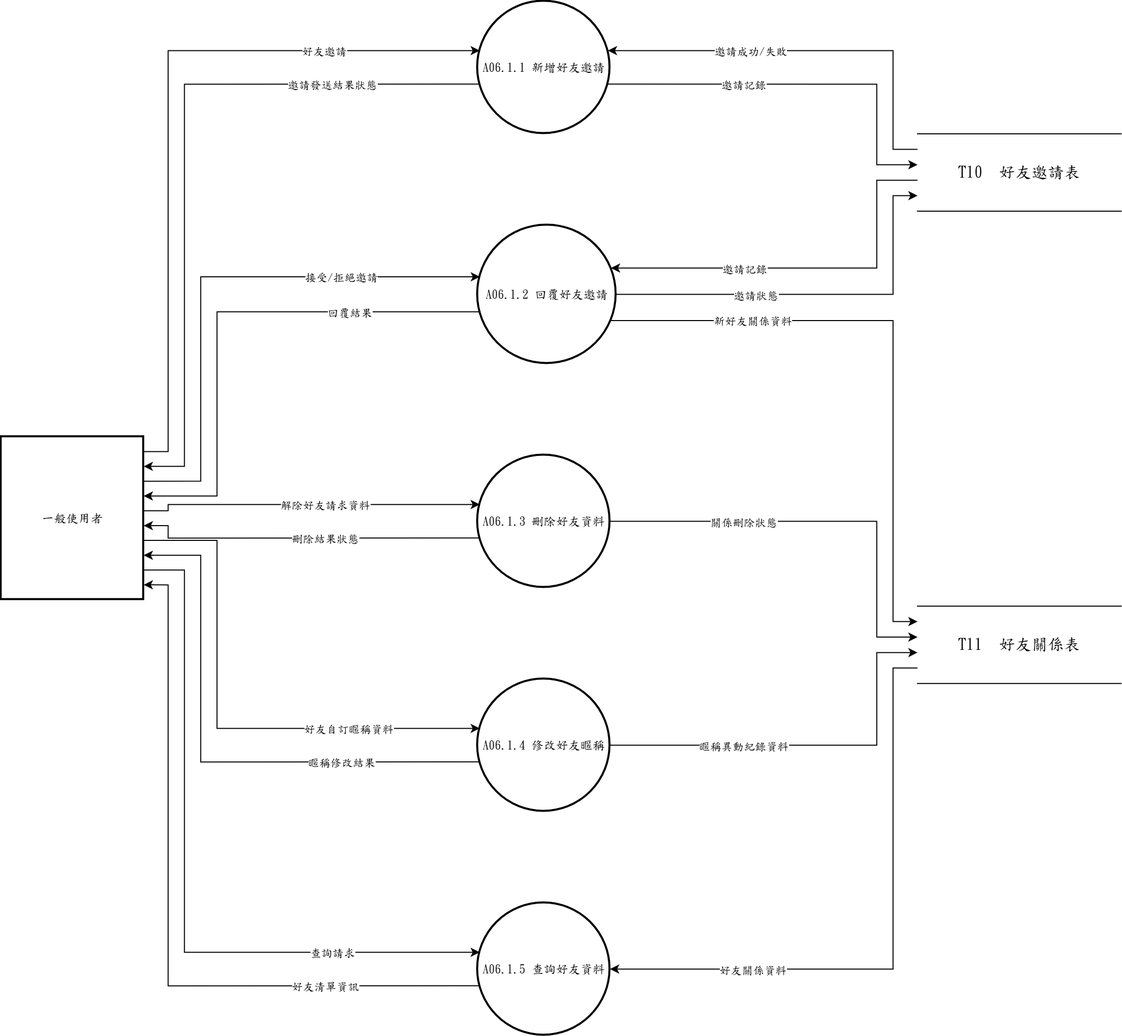
Above: 系統文件/第6章/DFD圖/圖6/新/圖6-1.drawio.png in s22452007/115502 (draw.io), before the change. Source tidied: cells renumbered, new cells last; positions are measured from the earlier drawing's top-left corner, leaving out a move shared by most shapes.
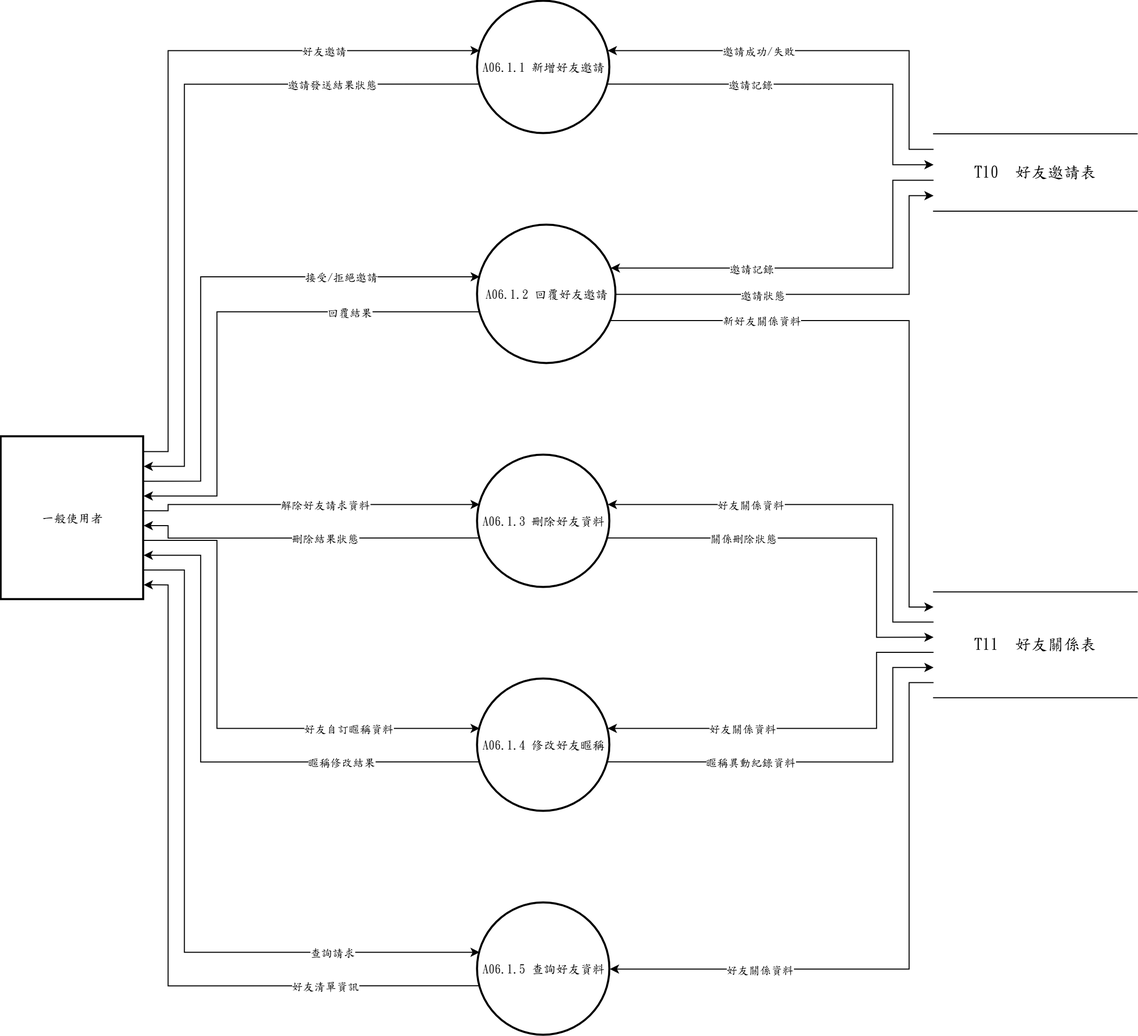
Above is the later version.

Diff of the diagram source:
```diff
@@ -21,10 +21,10 @@
       <mxGeometry y="428" width="140" height="160" as="geometry" />
     </mxCell>
     <mxCell id="8" value="T10  好友邀請表" style="shape=partialRectangle;whiteSpace=wrap;html=1;left=0;right=0;fontFamily=標楷體;fontSize=16;" parent="1" vertex="1">
-      <mxGeometry x="900" y="130.3" width="200" height="76" as="geometry" />
+      <mxGeometry x="916" y="130.3" width="200" height="76" as="geometry" />
     </mxCell>
     <mxCell id="9" value="T11  好友關係表" style="shape=partialRectangle;whiteSpace=wrap;html=1;left=0;right=0;fontFamily=標楷體;fontSize=16;" parent="1" vertex="1">
-      <mxGeometry x="900" y="594.4" width="200" height="76" as="geometry" />
+      <mxGeometry x="916" y="580.4" width="200" height="104" as="geometry" />
     </mxCell>
     <mxCell id="10" style="edgeStyle=none;rounded=0;html=1;fontFamily=標楷體;endArrow=classic;exitX=1.0000;exitY=0.0909;exitDx=0;exitDy=0;exitPerimeter=0;entryX=0.0163;entryY=0.3733;entryDx=0;entryDy=0;entryPerimeter=0;" parent="1" edge="1" source="7" target="2">
       <mxGeometry relative="1" as="geometry">
@@ -40,13 +40,13 @@
     <mxCell id="12" style="edgeStyle=none;rounded=0;html=1;fontFamily=標楷體;endArrow=classic;exitX=0.0000;exitY=0.2000;exitDx=0;exitDy=0;exitPerimeter=0;entryX=0.9837;entryY=0.3733;entryDx=0;entryDy=0;entryPerimeter=0;" parent="1" edge="1" source="8" target="2">
       <mxGeometry relative="1" as="geometry">
         <Array as="points">
-          <mxPoint x="876" y="145.5" />
-          <mxPoint x="876" y="48.5" />
+          <mxPoint x="892" y="145.5" />
+          <mxPoint x="892" y="48.5" />
         </Array>
       </mxGeometry>
     </mxCell>
     <mxCell id="13" value="邀請成功/失敗" style="edgeLabel;html=1;align=center;verticalAlign=middle;fontFamily=標楷體;" parent="12" vertex="1">
-      <mxGeometry x="0.3" relative="1" as="geometry" />
+      <mxGeometry x="0.29" relative="1" as="geometry" />
     </mxCell>
     <mxCell id="14" style="edgeStyle=none;rounded=0;html=1;fontFamily=標楷體;endArrow=classic;exitX=0.0163;exitY=0.6267;exitDx=0;exitDy=0;exitPerimeter=0;entryX=1.0000;entryY=0.1818;entryDx=0;entryDy=0;entryPerimeter=0;" parent="1" edge="1" source="2" target="7">
       <mxGeometry relative="1" as="geometry">
@@ -62,13 +62,13 @@
     <mxCell id="16" style="edgeStyle=none;rounded=0;html=1;fontFamily=標楷體;endArrow=classic;exitX=0.9837;exitY=0.6267;exitDx=0;exitDy=0;exitPerimeter=0;entryX=0.0000;entryY=0.4000;entryDx=0;entryDy=0;entryPerimeter=0;" parent="1" edge="1" source="2" target="8">
       <mxGeometry relative="1" as="geometry">
         <Array as="points">
-          <mxPoint x="860" y="81.5" />
-          <mxPoint x="860" y="160.7" />
+          <mxPoint x="876" y="81.5" />
+          <mxPoint x="876" y="160.7" />
         </Array>
       </mxGeometry>
     </mxCell>
     <mxCell id="17" value="邀請記錄" style="edgeLabel;html=1;align=center;verticalAlign=middle;fontFamily=標楷體;" parent="16" vertex="1">
-      <mxGeometry x="-0.31" relative="1" as="geometry" />
+      <mxGeometry x="-0.3" relative="1" as="geometry" />
     </mxCell>
     <mxCell id="18" style="edgeStyle=none;rounded=0;html=1;fontFamily=標楷體;endArrow=classic;exitX=1.0000;exitY=0.2727;exitDx=0;exitDy=0;exitPerimeter=0;entryX=0.0163;entryY=0.3733;entryDx=0;entryDy=0;entryPerimeter=0;" parent="1" edge="1" source="7" target="3">
       <mxGeometry relative="1" as="geometry">
@@ -84,13 +84,13 @@
     <mxCell id="20" style="edgeStyle=none;rounded=0;html=1;fontFamily=標楷體;endArrow=classic;exitX=0.0000;exitY=0.6000;exitDx=0;exitDy=0;exitPerimeter=0;entryX=0.9625;entryY=0.3100;entryDx=0;entryDy=0;entryPerimeter=0;" parent="1" edge="1" source="8" target="3">
       <mxGeometry relative="1" as="geometry">
         <Array as="points">
-          <mxPoint x="860" y="175.9" />
-          <mxPoint x="860" y="262.2" />
+          <mxPoint x="876" y="175.9" />
+          <mxPoint x="876" y="262.2" />
         </Array>
       </mxGeometry>
     </mxCell>
     <mxCell id="21" value="邀請記錄" style="edgeLabel;html=1;align=center;verticalAlign=middle;fontFamily=標楷體;" parent="20" vertex="1">
-      <mxGeometry x="0.33" relative="1" as="geometry" />
+      <mxGeometry x="0.31" relative="1" as="geometry" />
     </mxCell>
     <mxCell id="22" style="edgeStyle=none;rounded=0;html=1;fontFamily=標楷體;endArrow=classic;exitX=0.0163;exitY=0.6267;exitDx=0;exitDy=0;exitPerimeter=0;entryX=1.0000;entryY=0.3636;entryDx=0;entryDy=0;entryPerimeter=0;" parent="1" edge="1" source="3" target="7">
       <mxGeometry relative="1" as="geometry">
@@ -106,24 +106,24 @@
     <mxCell id="24" style="edgeStyle=none;rounded=0;html=1;fontFamily=標楷體;endArrow=classic;exitX=1.0000;exitY=0.5000;exitDx=0;exitDy=0;exitPerimeter=0;entryX=0.0000;entryY=0.8000;entryDx=0;entryDy=0;entryPerimeter=0;" parent="1" edge="1" source="3" target="8">
       <mxGeometry relative="1" as="geometry">
         <Array as="points">
-          <mxPoint x="876" y="288" />
-          <mxPoint x="876" y="191.1" />
+          <mxPoint x="892" y="288" />
+          <mxPoint x="892" y="191.1" />
         </Array>
       </mxGeometry>
     </mxCell>
     <mxCell id="25" value="邀請狀態" style="edgeLabel;html=1;align=center;verticalAlign=middle;fontFamily=標楷體;" parent="24" vertex="1">
-      <mxGeometry x="-0.31" relative="1" as="geometry" />
+      <mxGeometry x="-0.3" relative="1" as="geometry" />
     </mxCell>
-    <mxCell id="26" style="edgeStyle=none;rounded=0;html=1;fontFamily=標楷體;endArrow=classic;exitX=0.9625;exitY=0.6900;exitDx=0;exitDy=0;exitPerimeter=0;entryX=0.0000;entryY=0.2000;entryDx=0;entryDy=0;entryPerimeter=0;" parent="1" edge="1" source="3" target="9">
+    <mxCell id="26" style="edgeStyle=none;rounded=0;html=1;fontFamily=標楷體;endArrow=classic;exitX=0.9625;exitY=0.6900;exitDx=0;exitDy=0;exitPerimeter=0;entryX=0.0000;entryY=0.1429;entryDx=0;entryDy=0;entryPerimeter=0;" parent="1" edge="1" source="3" target="9">
       <mxGeometry relative="1" as="geometry">
         <Array as="points">
-          <mxPoint x="876" y="313.8" />
-          <mxPoint x="876" y="609.6" />
+          <mxPoint x="892" y="313.8" />
+          <mxPoint x="892" y="595.3" />
         </Array>
       </mxGeometry>
     </mxCell>
     <mxCell id="27" value="新好友關係資料" style="edgeLabel;html=1;align=center;verticalAlign=middle;fontFamily=標楷體;" parent="26" vertex="1">
-      <mxGeometry x="-0.54" relative="1" as="geometry" />
+      <mxGeometry x="-0.51" relative="1" as="geometry" />
     </mxCell>
     <mxCell id="28" style="edgeStyle=none;rounded=0;html=1;fontFamily=標楷體;endArrow=classic;exitX=1.0000;exitY=0.4545;exitDx=0;exitDy=0;exitPerimeter=0;entryX=0.0163;entryY=0.3733;entryDx=0;entryDy=0;entryPerimeter=0;" parent="1" edge="1" source="7" target="4">
       <mxGeometry relative="1" as="geometry">
@@ -136,93 +136,115 @@
     <mxCell id="29" value="解除好友請求資料" style="edgeLabel;html=1;align=center;verticalAlign=middle;fontFamily=標楷體;" parent="28" vertex="1">
       <mxGeometry x="0.09" relative="1" as="geometry" />
     </mxCell>
-    <mxCell id="30" style="edgeStyle=none;rounded=0;html=1;fontFamily=標楷體;endArrow=classic;exitX=0.0163;exitY=0.6267;exitDx=0;exitDy=0;exitPerimeter=0;entryX=1.0000;entryY=0.5455;entryDx=0;entryDy=0;entryPerimeter=0;" parent="1" edge="1" source="4" target="7">
+    <mxCell id="30" style="edgeStyle=none;rounded=0;html=1;fontFamily=標楷體;endArrow=classic;exitX=0.0000;exitY=0.2857;exitDx=0;exitDy=0;exitPerimeter=0;entryX=0.9837;entryY=0.3733;entryDx=0;entryDy=0;entryPerimeter=0;" parent="1" edge="1" source="9" target="4">
       <mxGeometry relative="1" as="geometry">
         <Array as="points">
-          <mxPoint x="164" y="527.5" />
-          <mxPoint x="164" y="515.3" />
+          <mxPoint x="876" y="610.1" />
+          <mxPoint x="876" y="494.5" />
         </Array>
       </mxGeometry>
     </mxCell>
-    <mxCell id="31" value="刪除結果狀態" style="edgeLabel;html=1;align=center;verticalAlign=middle;fontFamily=標楷體;" parent="30" vertex="1">
-      <mxGeometry x="-0.11" relative="1" as="geometry" />
+    <mxCell id="31" value="好友關係資料" style="edgeLabel;html=1;align=center;verticalAlign=middle;fontFamily=標楷體;" parent="30" vertex="1">
+      <mxGeometry x="0.36" relative="1" as="geometry" />
     </mxCell>
-    <mxCell id="32" style="edgeStyle=none;rounded=0;html=1;fontFamily=標楷體;endArrow=classic;exitX=1.0000;exitY=0.5000;exitDx=0;exitDy=0;exitPerimeter=0;entryX=0.0000;entryY=0.4000;entryDx=0;entryDy=0;entryPerimeter=0;" parent="1" edge="1" source="4" target="9">
+    <mxCell id="32" style="edgeStyle=none;rounded=0;html=1;fontFamily=標楷體;endArrow=classic;exitX=0.0163;exitY=0.6267;exitDx=0;exitDy=0;exitPerimeter=0;entryX=1.0000;entryY=0.5455;entryDx=0;entryDy=0;entryPerimeter=0;" parent="1" edge="1" source="4" target="7">
       <mxGeometry relative="1" as="geometry">
         <Array as="points">
-          <mxPoint x="860" y="511" />
-          <mxPoint x="860" y="624.8" />
+          <mxPoint x="164" y="527.5" />
+          <mxPoint x="164" y="515.3" />
         </Array>
       </mxGeometry>
     </mxCell>
-    <mxCell id="33" value="關係刪除狀態" style="edgeLabel;html=1;align=center;verticalAlign=middle;fontFamily=標楷體;" parent="32" vertex="1">
-      <mxGeometry x="-0.37" relative="1" as="geometry" />
+    <mxCell id="33" value="刪除結果狀態" style="edgeLabel;html=1;align=center;verticalAlign=middle;fontFamily=標楷體;" parent="32" vertex="1">
+      <mxGeometry x="-0.11" relative="1" as="geometry" />
     </mxCell>
-    <mxCell id="34" style="edgeStyle=none;rounded=0;html=1;fontFamily=標楷體;endArrow=classic;exitX=1.0000;exitY=0.6364;exitDx=0;exitDy=0;exitPerimeter=0;entryX=0.0163;entryY=0.3733;entryDx=0;entryDy=0;entryPerimeter=0;" parent="1" edge="1" source="7" target="5">
+    <mxCell id="34" style="edgeStyle=none;rounded=0;html=1;fontFamily=標楷體;endArrow=classic;exitX=0.9837;exitY=0.6267;exitDx=0;exitDy=0;exitPerimeter=0;entryX=0.0000;entryY=0.4286;entryDx=0;entryDy=0;entryPerimeter=0;" parent="1" edge="1" source="4" target="9">
       <mxGeometry relative="1" as="geometry">
         <Array as="points">
-          <mxPoint x="212" y="529.8" />
-          <mxPoint x="212" y="714.5" />
+          <mxPoint x="860" y="527.5" />
+          <mxPoint x="860" y="625" />
         </Array>
       </mxGeometry>
     </mxCell>
-    <mxCell id="35" value="好友自訂暱稱資料" style="edgeLabel;html=1;align=center;verticalAlign=middle;fontFamily=標楷體;" parent="34" vertex="1">
-      <mxGeometry x="0.5" relative="1" as="geometry" />
+    <mxCell id="35" value="關係刪除狀態" style="edgeLabel;html=1;align=center;verticalAlign=middle;fontFamily=標楷體;" parent="34" vertex="1">
+      <mxGeometry x="-0.37" relative="1" as="geometry" />
     </mxCell>
-    <mxCell id="36" style="edgeStyle=none;rounded=0;html=1;fontFamily=標楷體;endArrow=classic;exitX=0.0163;exitY=0.6267;exitDx=0;exitDy=0;exitPerimeter=0;entryX=1.0000;entryY=0.7273;entryDx=0;entryDy=0;entryPerimeter=0;" parent="1" edge="1" source="5" target="7">
+    <mxCell id="36" style="edgeStyle=none;rounded=0;html=1;fontFamily=標楷體;endArrow=classic;exitX=1.0000;exitY=0.6364;exitDx=0;exitDy=0;exitPerimeter=0;entryX=0.0163;entryY=0.3733;entryDx=0;entryDy=0;entryPerimeter=0;" parent="1" edge="1" source="7" target="5">
       <mxGeometry relative="1" as="geometry">
         <Array as="points">
-          <mxPoint x="196" y="747.5" />
-          <mxPoint x="196" y="544.4" />
+          <mxPoint x="212" y="529.8" />
+          <mxPoint x="212" y="714.5" />
         </Array>
       </mxGeometry>
     </mxCell>
-    <mxCell id="37" value="暱稱修改結果" style="edgeLabel;html=1;align=center;verticalAlign=middle;fontFamily=標楷體;" parent="36" vertex="1">
-      <mxGeometry x="-0.49" relative="1" as="geometry" />
+    <mxCell id="37" value="好友自訂暱稱資料" style="edgeLabel;html=1;align=center;verticalAlign=middle;fontFamily=標楷體;" parent="36" vertex="1">
+      <mxGeometry x="0.5" relative="1" as="geometry" />
     </mxCell>
-    <mxCell id="38" style="edgeStyle=none;rounded=0;html=1;fontFamily=標楷體;endArrow=classic;exitX=1.0000;exitY=0.5000;exitDx=0;exitDy=0;exitPerimeter=0;entryX=0.0000;entryY=0.6000;entryDx=0;entryDy=0;entryPerimeter=0;" parent="1" edge="1" source="5" target="9">
+    <mxCell id="38" style="edgeStyle=none;rounded=0;html=1;fontFamily=標楷體;endArrow=classic;exitX=0.0000;exitY=0.5714;exitDx=0;exitDy=0;exitPerimeter=0;entryX=0.9837;entryY=0.3733;entryDx=0;entryDy=0;entryPerimeter=0;" parent="1" edge="1" source="9" target="5">
       <mxGeometry relative="1" as="geometry">
         <Array as="points">
-          <mxPoint x="860" y="731" />
-          <mxPoint x="860" y="640" />
+          <mxPoint x="860" y="639.8" />
+          <mxPoint x="860" y="714.5" />
         </Array>
       </mxGeometry>
     </mxCell>
-    <mxCell id="39" value="暱稱異動紀錄資料" style="edgeLabel;html=1;align=center;verticalAlign=middle;fontFamily=標楷體;" parent="38" vertex="1">
-      <mxGeometry x="-0.33" relative="1" as="geometry" />
+    <mxCell id="39" value="好友關係資料" style="edgeLabel;html=1;align=center;verticalAlign=middle;fontFamily=標楷體;" parent="38" vertex="1">
+      <mxGeometry x="0.33" relative="1" as="geometry" />
     </mxCell>
-    <mxCell id="40" style="edgeStyle=none;rounded=0;html=1;fontFamily=標楷體;endArrow=classic;exitX=1.0000;exitY=0.8182;exitDx=0;exitDy=0;exitPerimeter=0;entryX=0.0163;entryY=0.3733;entryDx=0;entryDy=0;entryPerimeter=0;" parent="1" edge="1" source="7" target="6">
+    <mxCell id="40" style="edgeStyle=none;rounded=0;html=1;fontFamily=標楷體;endArrow=classic;exitX=0.0163;exitY=0.6267;exitDx=0;exitDy=0;exitPerimeter=0;entryX=1.0000;entryY=0.7273;entryDx=0;entryDy=0;entryPerimeter=0;" parent="1" edge="1" source="5" target="7">
       <mxGeometry relative="1" as="geometry">
         <Array as="points">
-          <mxPoint x="180" y="558.9" />
-          <mxPoint x="180" y="934.5" />
+          <mxPoint x="196" y="747.5" />
+          <mxPoint x="196" y="544.4" />
         </Array>
       </mxGeometry>
     </mxCell>
-    <mxCell id="41" value="查詢請求" style="edgeLabel;html=1;align=center;verticalAlign=middle;fontFamily=標楷體;" parent="40" vertex="1">
-      <mxGeometry x="0.59" relative="1" as="geometry" />
+    <mxCell id="41" value="暱稱修改結果" style="edgeLabel;html=1;align=center;verticalAlign=middle;fontFamily=標楷體;" parent="40" vertex="1">
+      <mxGeometry x="-0.49" relative="1" as="geometry" />
     </mxCell>
-    <mxCell id="42" style="edgeStyle=none;rounded=0;html=1;fontFamily=標楷體;endArrow=classic;exitX=0.0000;exitY=0.8000;exitDx=0;exitDy=0;exitPerimeter=0;entryX=1.0000;entryY=0.5000;entryDx=0;entryDy=0;entryPerimeter=0;" parent="1" edge="1" source="9" target="6">
+    <mxCell id="42" style="edgeStyle=none;rounded=0;html=1;fontFamily=標楷體;endArrow=classic;exitX=0.9837;exitY=0.6267;exitDx=0;exitDy=0;exitPerimeter=0;entryX=0.0000;entryY=0.7143;entryDx=0;entryDy=0;entryPerimeter=0;" parent="1" edge="1" source="5" target="9">
       <mxGeometry relative="1" as="geometry">
         <Array as="points">
-          <mxPoint x="876" y="655.2" />
-          <mxPoint x="876" y="951" />
+          <mxPoint x="876" y="747.5" />
+          <mxPoint x="876" y="654.7" />
         </Array>
       </mxGeometry>
     </mxCell>
-    <mxCell id="43" value="好友關係資料" style="edgeLabel;html=1;align=center;verticalAlign=middle;fontFamily=標楷體;" parent="42" vertex="1">
-      <mxGeometry x="0.54" relative="1" as="geometry" />
+    <mxCell id="43" value="暱稱異動紀錄資料" style="edgeLabel;html=1;align=center;verticalAlign=middle;fontFamily=標楷體;" parent="42" vertex="1">
+      <mxGeometry x="-0.32" relative="1" as="geometry" />
     </mxCell>
-    <mxCell id="44" style="edgeStyle=none;rounded=0;html=1;fontFamily=標楷體;endArrow=classic;exitX=0.0163;exitY=0.6267;exitDx=0;exitDy=0;exitPerimeter=0;entryX=1.0000;entryY=0.9091;entryDx=0;entryDy=0;entryPerimeter=0;" parent="1" edge="1" source="6" target="7">
+    <mxCell id="44" style="edgeStyle=none;rounded=0;html=1;fontFamily=標楷體;endArrow=classic;exitX=1.0000;exitY=0.8182;exitDx=0;exitDy=0;exitPerimeter=0;entryX=0.0163;entryY=0.3733;entryDx=0;entryDy=0;entryPerimeter=0;" parent="1" edge="1" source="7" target="6">
       <mxGeometry relative="1" as="geometry">
         <Array as="points">
-          <mxPoint x="164" y="967.5" />
-          <mxPoint x="164" y="573.5" />
+          <mxPoint x="180" y="558.9" />
+          <mxPoint x="180" y="934.5" />
         </Array>
       </mxGeometry>
     </mxCell>
-    <mxCell id="45" value="好友清單資訊" style="edgeLabel;html=1;align=center;verticalAlign=middle;fontFamily=標楷體;" parent="44" vertex="1">
-      <mxGeometry x="-0.58" relative="1" as="geometry" />
+    <mxCell id="45" value="查詢請求" style="edgeLabel;html=1;align=center;verticalAlign=middle;fontFamily=標楷體;" parent="44" vertex="1">
+      <mxGeometry x="0.59" relative="1" as="geometry" />
     </mxCell>
+    <mxCell id="46" style="edgeStyle=none;rounded=0;html=1;fontFamily=標楷體;endArrow=classic;exitX=0.0000;exitY=0.8571;exitDx=0;exitDy=0;exitPerimeter=0;entryX=1.0000;entryY=0.5000;entryDx=0;entryDy=0;entryPerimeter=0;" parent="1" edge="1" source="9" target="6">
+      <mxGeometry relative="1" as="geometry">
+        <Array as="points">
+          <mxPoint x="892" y="669.6" />
+          <mxPoint x="892" y="951" />
+        </Array>
+      </mxGeometry>
+    </mxCell>
+    <mxCell id="47" value="好友關係資料" style="edgeLabel;html=1;align=center;verticalAlign=middle;fontFamily=標楷體;" parent="46" vertex="1">
+      <mxGeometry x="0.51" relative="1" as="geometry" />
+    </mxCell>
+    <mxCell id="48" style="edgeStyle=none;rounded=0;html=1;fontFamily=標楷體;endArrow=classic;exitX=0.0163;exitY=0.6267;exitDx=0;exitDy=0;exitPerimeter=0;entryX=1.0000;entryY=0.9091;entryDx=0;entryDy=0;entryPerimeter=0;" parent="1" edge="1" source="6" target="7">
+      <mxGeometry relative="1" as="geometry">
+        <Array as="points">
+          <mxPoint x="164" y="967.5" />
+          <mxPoint x="164" y="573.5" />
+        </Array>
+      </mxGeometry>
+    </mxCell>
+    <mxCell id="49" value="好友清單資訊" style="edgeLabel;html=1;align=center;verticalAlign=middle;fontFamily=標楷體;" parent="48" vertex="1">
+      <mxGeometry x="-0.58" relative="1" as="geometry" />
+    </mxCell>
   </root>
 </mxGraphModel>
```
